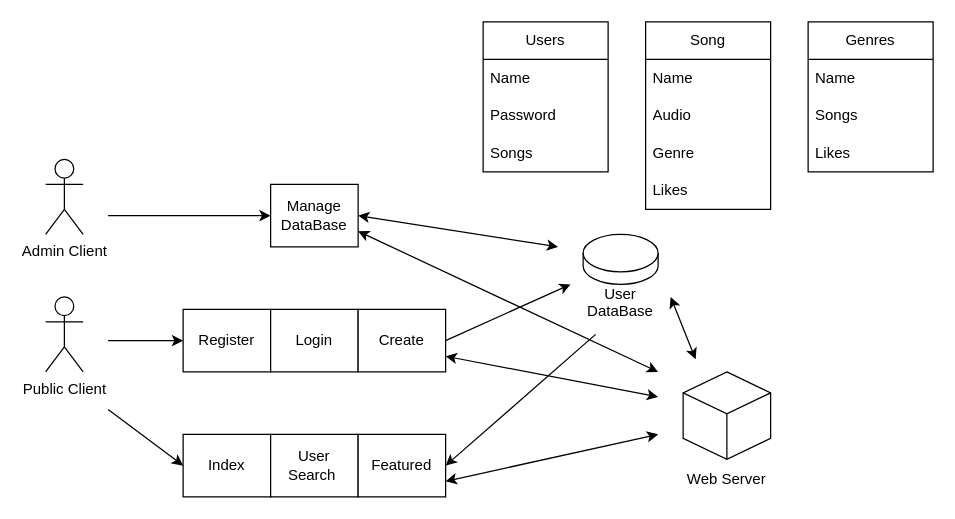
The draw.io diagram Django_Jam.drawio in Team-5A/DjangoJam, before the edit. Source tidied: cells renumbered, new cells numbered last; positions are measured from the earlier drawing's top-left corner, leaving out a move shared by most shapes. Both pictures are drawn from the tidied source at 125%, with x=0, y=0 at pixel (45, 21).
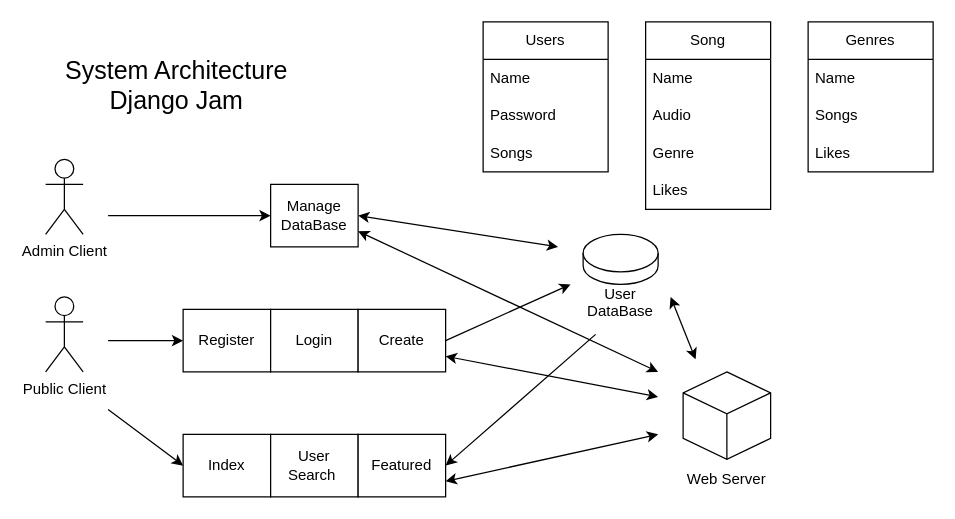
After the change.

What changed in the source:
```diff
@@
+    <mxCell id="36" value="System Architecture Django Jam" style="text;html=1;align=center;verticalAlign=middle;whiteSpace=wrap;rounded=0;fontSize=20;" parent="1" vertex="1">
+      <mxGeometry x="-10" y="20" width="230" height="60" as="geometry" />
+    </mxCell>
```
